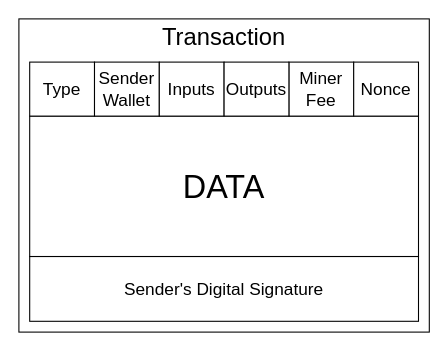
This is Diagrams/Transaction.drawio from MlgEpicBanana69/dreamveil, a draw.io file, before an edit. Source tidied: cells renumbered, new cells numbered last; positions are measured from the earlier drawing's top-left corner, leaving out a move shared by most shapes. Both pictures are drawn from the tidied source at 108%, with x=0, y=0 at pixel (18, 18).
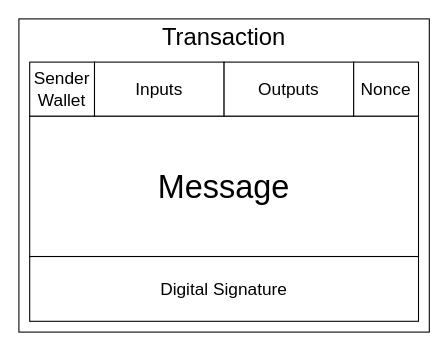
The same page after the edit.

Change to the diagram source:
```diff
@@
 <mxGraphModel>
   <root>
     <mxCell id="0" />
     <mxCell id="1" parent="0" />
     <mxCell id="2" style="rounded=0;whiteSpace=wrap;html=1;" parent="1" vertex="1">
       <mxGeometry width="380" height="290" as="geometry" />
     </mxCell>
-    <mxCell id="3" value="&lt;span&gt;&lt;font style=&quot;font-size: 16px&quot;&gt;Sender's Digital Signature&lt;/font&gt;&lt;/span&gt;" style="rounded=0;whiteSpace=wrap;html=1;" parent="1" vertex="1">
+    <mxCell id="3" value="&lt;span&gt;&lt;font style=&quot;font-size: 16px&quot;&gt;Digital Signature&lt;/font&gt;&lt;/span&gt;" style="rounded=0;whiteSpace=wrap;html=1;" parent="1" vertex="1">
       <mxGeometry x="10" y="220" width="360" height="60" as="geometry" />
     </mxCell>
-    <mxCell id="4" value="&lt;font style=&quot;font-size: 30px&quot;&gt;DATA&lt;/font&gt;" style="rounded=0;whiteSpace=wrap;html=1;" parent="1" vertex="1">
+    <mxCell id="4" value="&lt;span style=&quot;font-size: 30px&quot;&gt;Message&lt;/span&gt;" style="rounded=0;whiteSpace=wrap;html=1;" parent="1" vertex="1">
       <mxGeometry x="10" y="90" width="360" height="130" as="geometry" />
     </mxCell>
     <mxCell id="5" value="&lt;font style=&quot;font-size: 22px;&quot;&gt;Transaction&lt;/font&gt;" style="text;html=1;strokeColor=none;fillColor=none;align=center;verticalAlign=middle;whiteSpace=wrap;rounded=0;fontSize=22;" parent="1" vertex="1">
       <mxGeometry x="115" y="3" width="150" height="30" as="geometry" />
     </mxCell>
-    <mxCell id="6" value="Type" style="rounded=0;whiteSpace=wrap;html=1;fontSize=16;" parent="1" vertex="1">
-      <mxGeometry x="10" y="40" width="60" height="50" as="geometry" />
-    </mxCell>
     <mxCell id="7" value="Sender&lt;br style=&quot;font-size: 16px;&quot;&gt;Wallet" style="rounded=0;whiteSpace=wrap;html=1;fontSize=16;" parent="1" vertex="1">
-      <mxGeometry x="70" y="40" width="60" height="50" as="geometry" />
+      <mxGeometry x="10" y="40" width="60" height="50" as="geometry" />
     </mxCell>
     <mxCell id="8" value="Inputs" style="rounded=0;whiteSpace=wrap;html=1;fontSize=16;" parent="1" vertex="1">
-      <mxGeometry x="130" y="40" width="60" height="50" as="geometry" />
+      <mxGeometry x="70" y="40" width="120" height="50" as="geometry" />
     </mxCell>
-    <mxCell id="9" value="Miner Fee" style="rounded=0;whiteSpace=wrap;html=1;fontSize=16;" parent="1" vertex="1">
-      <mxGeometry x="250" y="40" width="60" height="50" as="geometry" />
-    </mxCell>
+    <mxCell id="12" style="edgeStyle=none;html=1;" parent="1" edge="1" source="10" target="11">
+      <mxGeometry relative="1" as="geometry" />
+    </mxCell>
     <mxCell id="10" value="Outputs" style="rounded=0;whiteSpace=wrap;html=1;fontSize=16;" parent="1" vertex="1">
-      <mxGeometry x="190" y="40" width="60" height="50" as="geometry" />
+      <mxGeometry x="190" y="40" width="120" height="50" as="geometry" />
     </mxCell>
     <mxCell id="11" value="Nonce" style="rounded=0;whiteSpace=wrap;html=1;fontSize=16;" parent="1" vertex="1">
       <mxGeometry x="310" y="40" width="60" height="50" as="geometry" />
     </mxCell>
   </root>
 </mxGraphModel>
```
